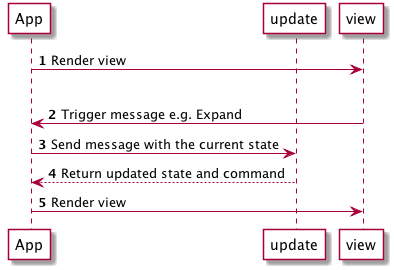
Earlier version of the PlantUML export en/02-elm-arch/04-flow.png (sporto/elm-tutorial).
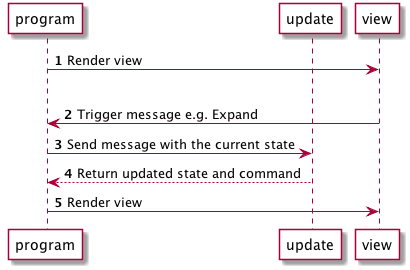
The same file after the commit.

Diff of the diagram source:
```diff
@@ -1,13 +1,13 @@
 @startuml
 autonumber
-participant App #white
+participant program #white
 participant update #white
 participant view #white
 
-App -> view : Render view
+program -> view : Render view
 |||
-view -> App : Trigger message e.g. Expand
-App -> update : Send message with the current state
-update --> App : Return updated state and command
-App -> view : Render view
+view -> program : Trigger message e.g. Expand
+program -> update : Send message with the current state
+update --> program : Return updated state and command
+program -> view : Render view
 @enduml
```
